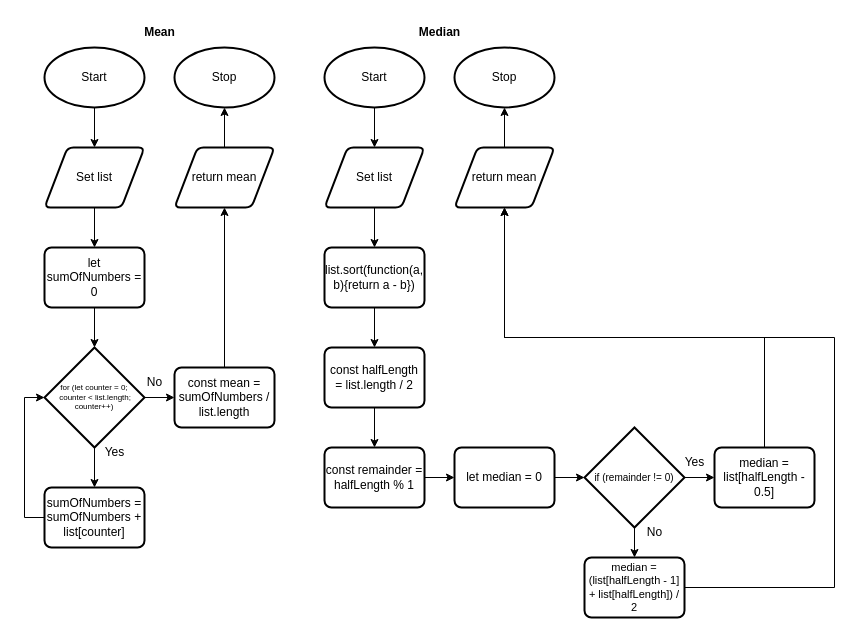
Above: Unit1-06/design/design.drawio in ICS4U-Templates/ICS4U-Unit1-Cristiano-Sellitto (draw.io), before the change. Source tidied: cells renumbered, new cells numbered last; positions are measured from the earlier drawing's top-left corner, leaving out a move shared by most shapes. Both pictures are drawn from the tidied source at 100%, with x=0, y=0 at pixel (24, 17).
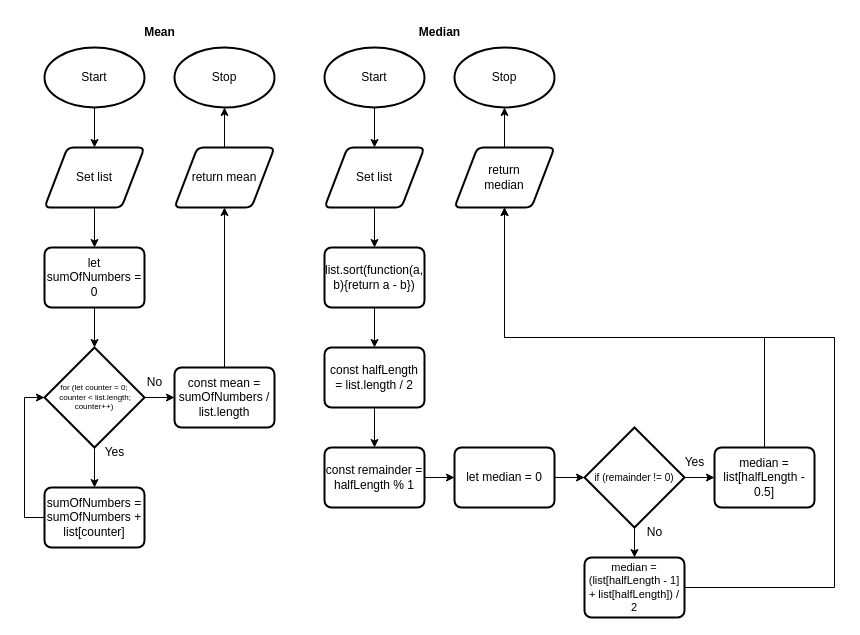
The same diagram, later.

Commit message (it also covers changes not shown here):
Update design for Unit1-06

The edit, as a diff of the source:
```diff
@@
-    <mxCell id="25" value="return mean" style="shape=parallelogram;html=1;strokeWidth=2;perimeter=parallelogramPerimeter;whiteSpace=wrap;rounded=1;arcSize=12;size=0.23;" parent="1" vertex="1">
+    <mxCell id="25" value="return&lt;br&gt;median" style="shape=parallelogram;html=1;strokeWidth=2;perimeter=parallelogramPerimeter;whiteSpace=wrap;rounded=1;arcSize=12;size=0.23;" parent="1" vertex="1">
       <mxGeometry x="430" y="130" width="100" height="60" as="geometry" />
     </mxCell>
```
